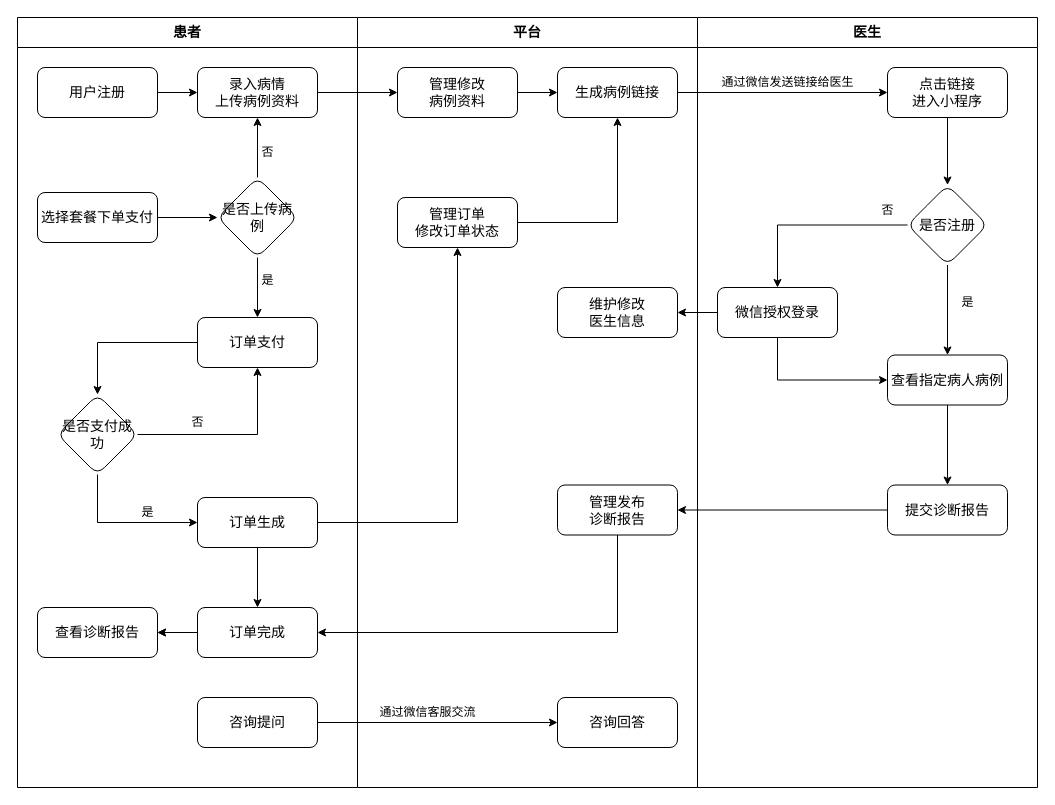
Before: 流程图.drawio in JaceLu/Docs, a draw.io diagram. Source tidied: cells renumbered, new cells numbered last; positions are measured from the earlier drawing's top-left corner, leaving out a move shared by most shapes. Both pictures are drawn from the tidied source at 100%, with x=0, y=0 at pixel (17, 17).
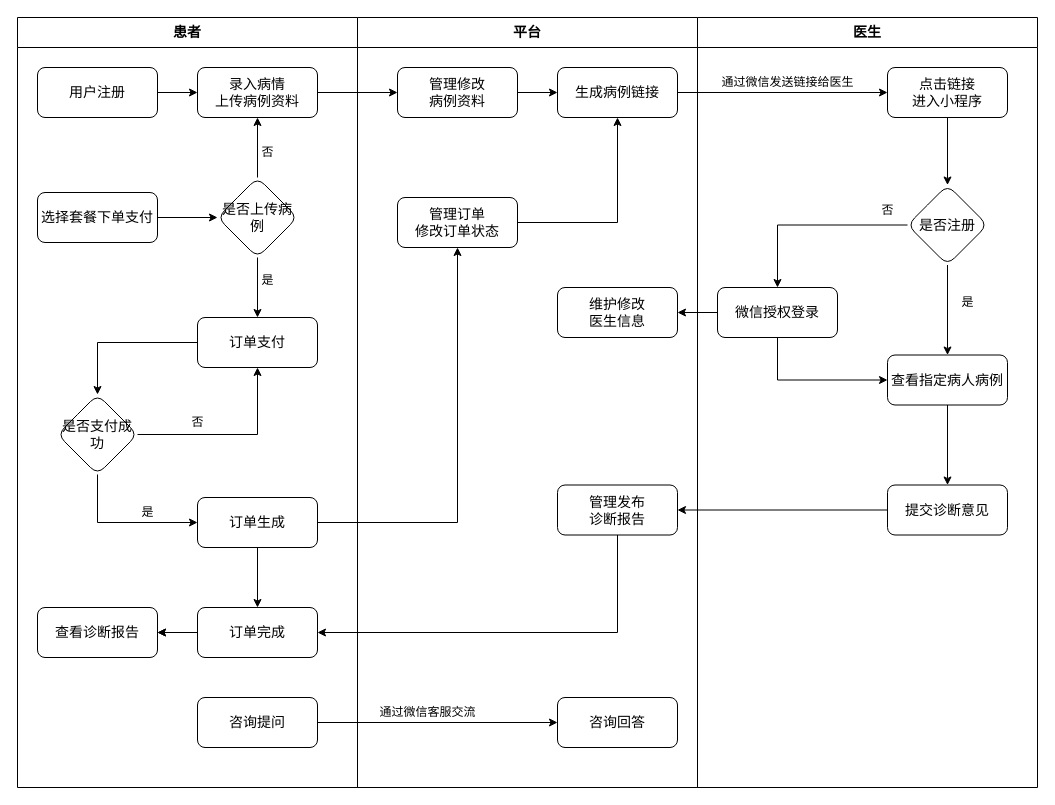
After the change.

Commit message (it also covers changes not shown here):
更新流程图.drawio

The change refers to these unchanged cells:
```xml
<mxCell id="37" value="医生" style="swimlane;whiteSpace=wrap;html=1;fontSize=14;startSize=30;" parent="1" vertex="1">
  <mxGeometry x="680" width="340" height="770" as="geometry" />
</mxCell>
```

Change to the diagram source:
```diff
@@
-    <mxCell id="45" value="提交诊断报告" style="whiteSpace=wrap;html=1;fontSize=14;rounded=1;" parent="37" vertex="1">
+    <mxCell id="45" value="提交诊断意见" style="whiteSpace=wrap;html=1;fontSize=14;rounded=1;" parent="37" vertex="1">
       <mxGeometry x="190" y="467.5" width="120" height="50" as="geometry" />
     </mxCell>
```
